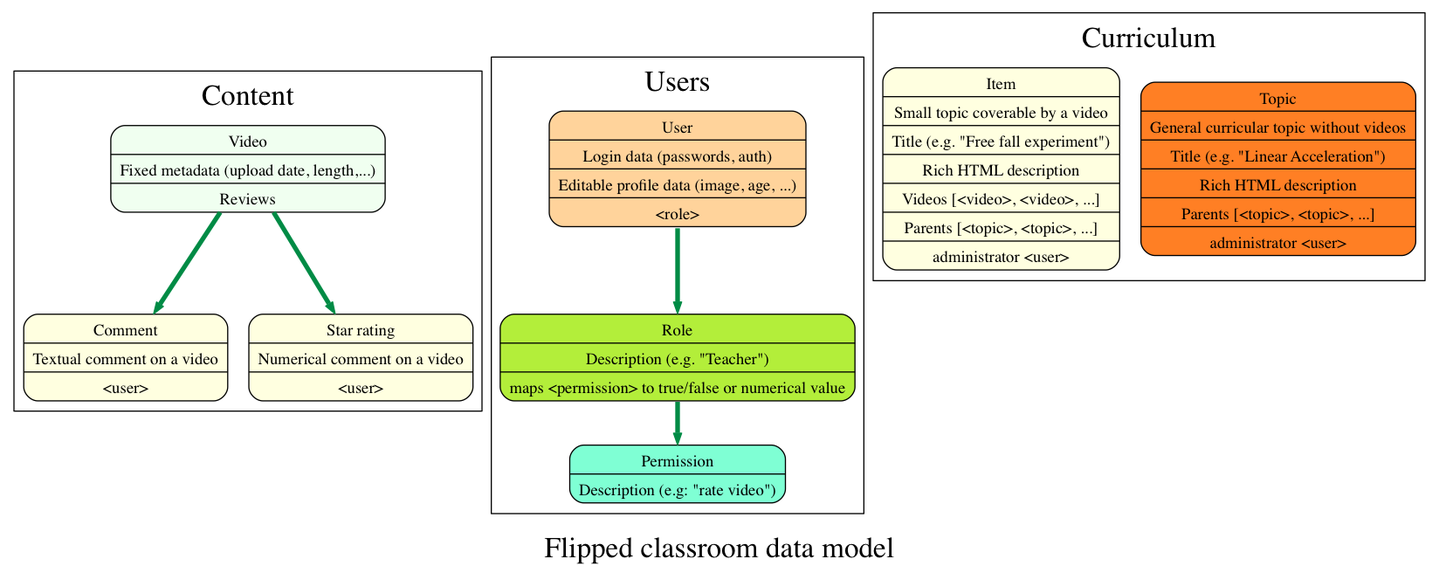
The Graphviz diagram design/img/components.png in pelegb/flip_classroom_hackathon, before a commit. Its source is kept beside it as design/components.dot. Source of this version:
```dot
digraph pipeline {
	fontsize=25;
	label="Flipped classroom data model";

	node [
		rankdir = "TB";
	]

	subgraph cluster_1 {
		label = "Content";
		fontsize=25;

		video    [shape=Mrecord, 		style=filled, fillcolor=honeydew1, 			label = "{Video  | Fixed metadata (upload date, length,...) | <review> Reviews}"];
		comment  [shape=Mrecord, 		style=filled, fillcolor=lightyellow1, 		label = "{<title> Comment | Textual comment on a video | \<user\>}"];
		rating   [shape=Mrecord, 		style=filled, fillcolor=lightyellow1, 		label = "{<title> Star rating  | Numerical comment on a video | \<user\>}"];
	}


	subgraph cluster_2 {
		label = "Users";
		fontsize=25;
		user         [shape=Mrecord, 		style=filled, fillcolor=burlywood1, 	label = "{User  | Login data (passwords, auth) | Editable profile data (image, age, ...) | <role> \<role\>}"];
		role         [shape=Mrecord, 		style=filled, fillcolor=olivedrab2, 	label = "{<title> Role | Description (e.g. \"Teacher\") | <permission> maps \<permission\> to true/false or numerical value }"];
		permission   [shape=Mrecord, 		style=filled, fillcolor=aquamarine, 	label = "{<title> Permission | Description (e.g: \"rate video\")}"];
	}

	subgraph cluster_3 {
		label = "Curriculum";
		fontsize=25;

		topic    [shape=Mrecord, 		style=filled, fillcolor=chocolate1, 			label = "{Topic  | General curricular topic without videos| Title (e.g. \"Linear Acceleration\") | Rich HTML description | <parent> Parents \[\<topic\>, \<topic\>, ...\] | administrator \<user\>}"];
		item     [shape=Mrecord, 		style=filled, fillcolor=lightyellow1, 	    	label = "{<title> Item | Small topic coverable by a video | Title (e.g. \"Free fall experiment\") | Rich HTML description | Videos \[\<video\>, \<video\>, ...\] | Parents \[\<topic\>, \<topic\>, ...\] | administrator \<user\>}"];

	}

	video							->		comment		[color="springgreen4", penwidth="4"];
	video							->		rating		[color="springgreen4", penwidth="4"];
	role:permission					-> 		permission  [color="springgreen4", penwidth="4"];
	user:role						->		role		[color="springgreen4", penwidth="4"];
}
```
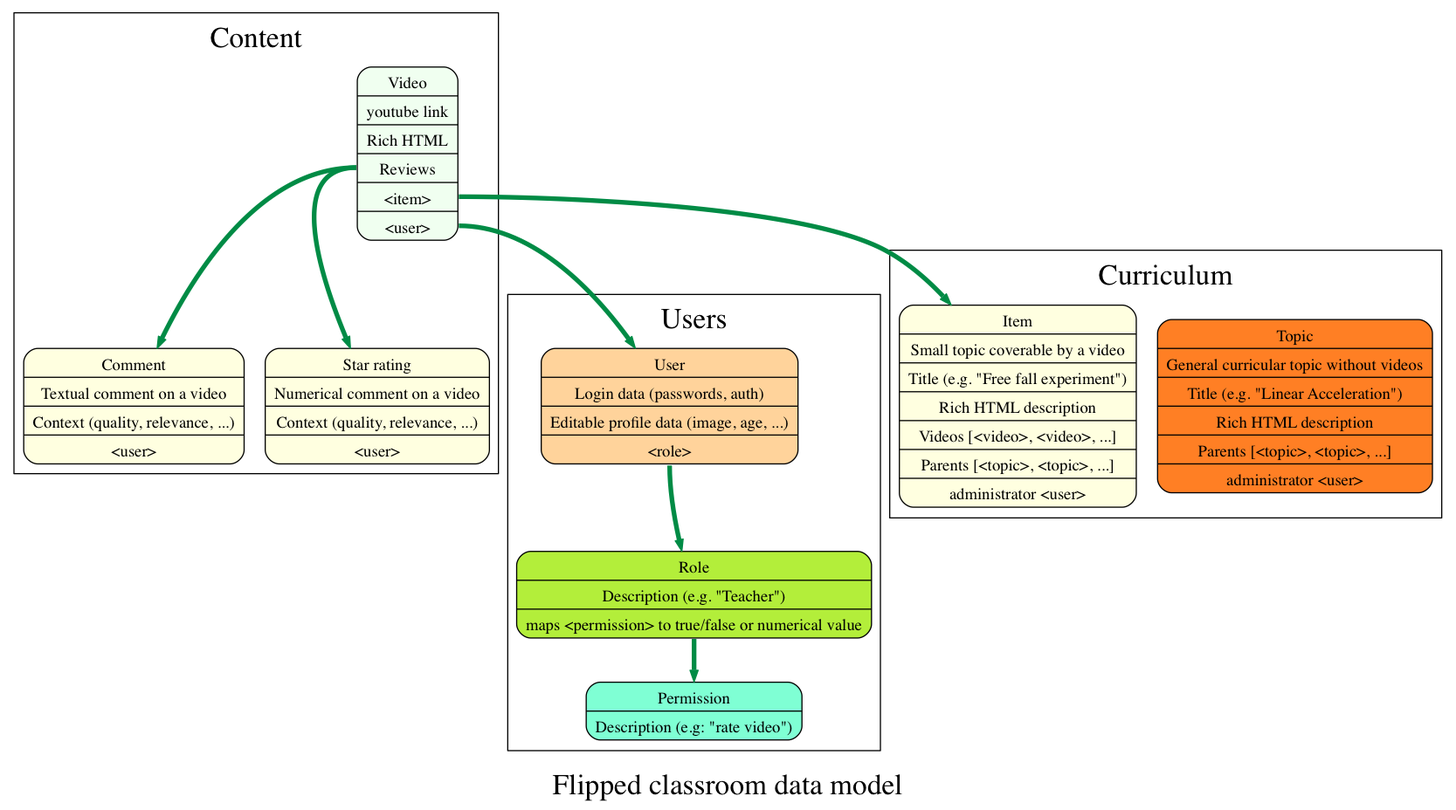
Later version of the same file.

Change to the diagram source:
```diff
@@ -10,9 +10,9 @@
 		label = "Content";
 		fontsize=25;
 
-		video    [shape=Mrecord, 		style=filled, fillcolor=honeydew1, 			label = "{Video  | Fixed metadata (upload date, length,...) | <review> Reviews}"];
-		comment  [shape=Mrecord, 		style=filled, fillcolor=lightyellow1, 		label = "{<title> Comment | Textual comment on a video | \<user\>}"];
-		rating   [shape=Mrecord, 		style=filled, fillcolor=lightyellow1, 		label = "{<title> Star rating  | Numerical comment on a video | \<user\>}"];
+		video    [shape=Mrecord, 		style=filled, fillcolor=honeydew1, 			label = "{Video  | youtube link | Rich HTML | <review> Reviews | <item> \<item\> | <user> \<user\>}"];
+		comment  [shape=Mrecord, 		style=filled, fillcolor=lightyellow1, 		label = "{<title> Comment | Textual comment on a video | Context (quality, relevance, ...)| \<user\>}"];
+		rating   [shape=Mrecord, 		style=filled, fillcolor=lightyellow1, 		label = "{<title> Star rating  | Numerical comment on a video | Context (quality, relevance, ...) | \<user\>}"];
 	}
 
 
@@ -33,8 +33,10 @@
 
 	}
 
-	video							->		comment		[color="springgreen4", penwidth="4"];
-	video							->		rating		[color="springgreen4", penwidth="4"];
+	video:review					->		comment		[color="springgreen4", penwidth="4"];
+	video:review					->		rating		[color="springgreen4", penwidth="4"];
+	video:user						-> 		user        [color="springgreen4", penwidth="4"];
+	video:item						-> 		item        [color="springgreen4", penwidth="4"];
 	role:permission					-> 		permission  [color="springgreen4", penwidth="4"];
 	user:role						->		role		[color="springgreen4", penwidth="4"];
 }
```
